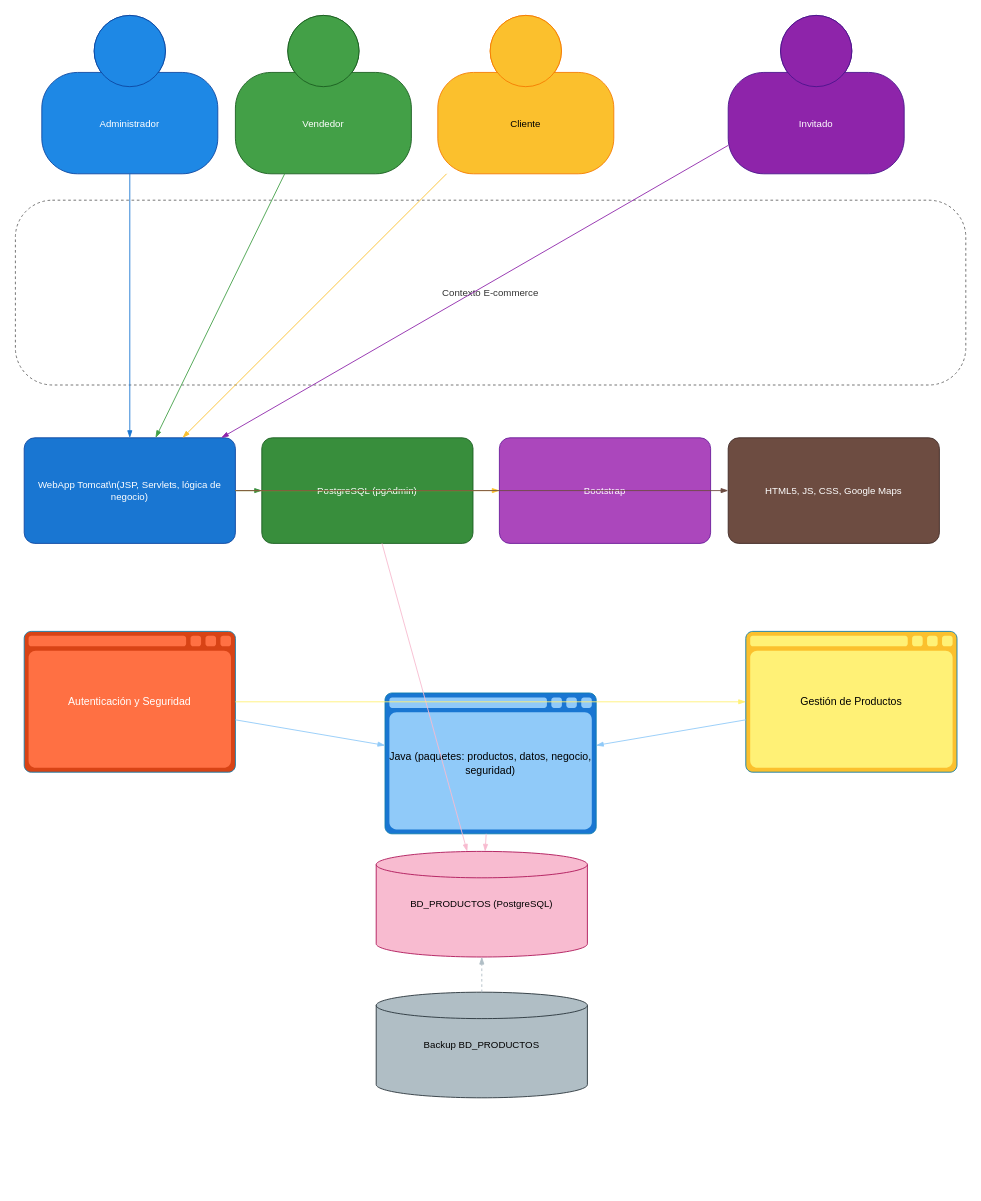
This is page "C4 Context Diagram" (1 of 2) of C4-context.drawio from Joscart/patinetas, a draw.io file, before an edit. Source tidied: cells renumbered, new cells numbered last; positions are measured from the earlier drawing's top-left corner, leaving out a move shared by most shapes. Both pictures are drawn from the tidied source at 88%, with x=0, y=0 at pixel (15, 15).
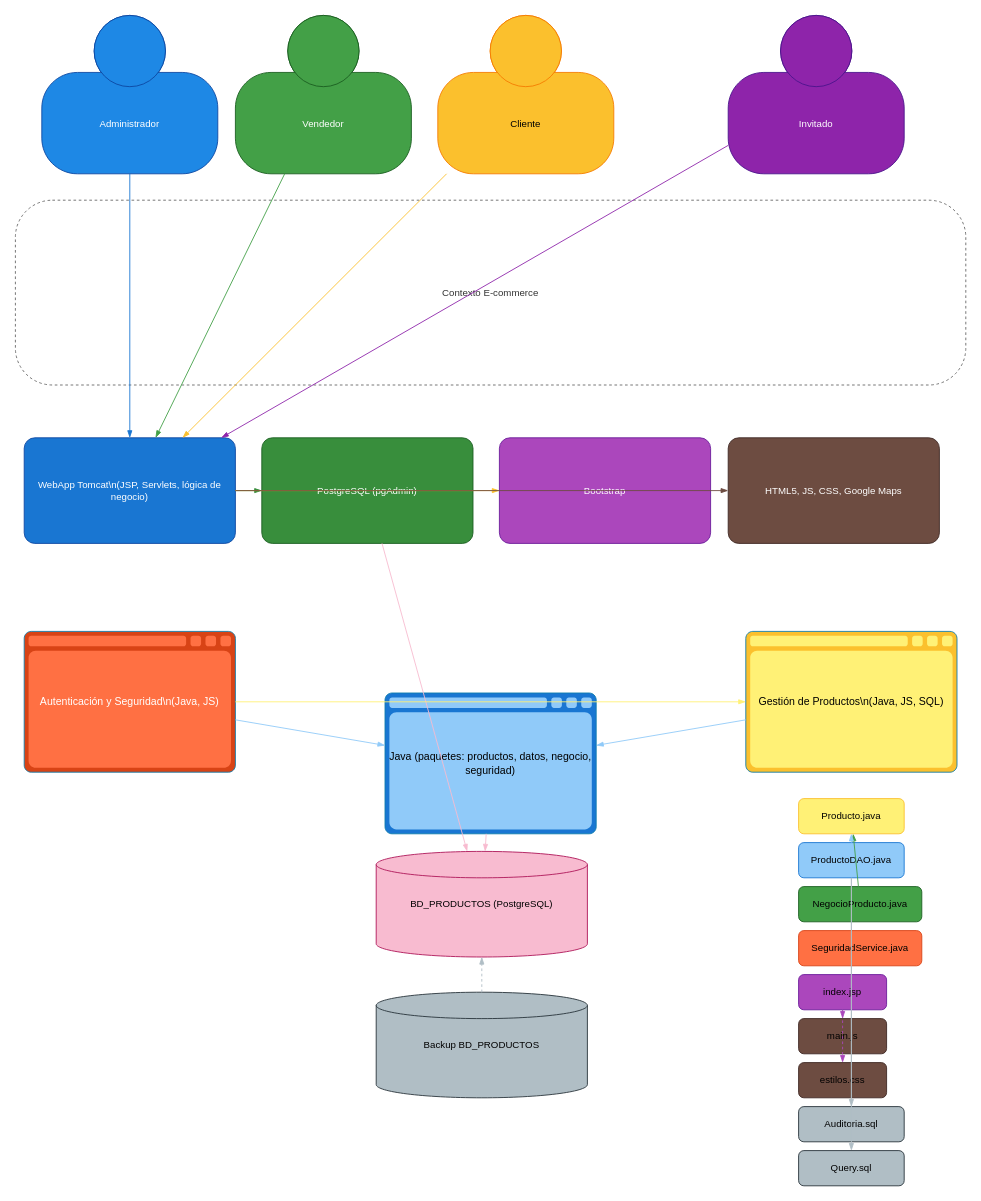
The same page after the edit.

Commit message:
Actualizar diagrama C4-context.drawio con nuevos actores, relaciones y componentes del sistema

Unchanged cells that the change refers to:
```xml
<mxCell id="13" value="Java (paquetes: productos, datos, negocio, seguridad)" style="shape=mxgraph.c4.webBrowserContainer2;whiteSpace=wrap;html=1;fillColor=#90caf9;strokeColor=#1976d2;fontColor=#000000;fontSize=12;align=center;" parent="1" vertex="1">
  <mxGeometry x="420" y="770" width="240" height="160" as="geometry" />
</mxCell>
```

Change to the diagram source:
```diff
@@
+    <mxCell id="6" value="Contexto E-commerce" style="rounded=1;fontSize=11;whiteSpace=wrap;html=1;dashed=1;arcSize=20;fillColor=none;strokeColor=#666666;fontColor=#333333;" parent="1" vertex="1">
+      <mxGeometry y="210" width="1080" height="210" as="geometry" />
+    </mxCell>
@@
-    <mxCell id="6" value="Contexto E-commerce" style="rounded=1;fontSize=11;whiteSpace=wrap;html=1;dashed=1;arcSize=20;fillColor=none;strokeColor=#666666;fontColor=#333333;" parent="1" vertex="1">
-      <mxGeometry y="210" width="1080" height="210" as="geometry" />
-    </mxCell>
@@
-    <mxCell id="11" value="Gestión de Productos" style="shape=mxgraph.c4.webBrowserContainer2;whiteSpace=wrap;html=1;fillColor=#fff176;strokeColor=#fbc02d;fontColor=#000000;fontSize=12;align=center;" parent="1" vertex="1">
-      <mxGeometry x="830" y="700" width="240" height="160" as="geometry" />
-    </mxCell>
-    <mxCell id="12" value="Autenticación y Seguridad" style="shape=mxgraph.c4.webBrowserContainer2;whiteSpace=wrap;html=1;fillColor=#ff7043;strokeColor=#d84315;fontColor=#ffffff;fontSize=12;align=center;" parent="1" vertex="1">
-      <mxGeometry x="10" y="700" width="240" height="160" as="geometry" />
-    </mxCell>
+    <mxCell id="29" value="Gestión de Productos\n(Java, JS, SQL)" style="shape=mxgraph.c4.webBrowserContainer2;whiteSpace=wrap;html=1;fillColor=#fff176;strokeColor=#fbc02d;fontColor=#000000;fontSize=12;align=center;" parent="1" vertex="1">
+      <mxGeometry x="830" y="700" width="240" height="160" as="geometry" />
+    </mxCell>
+    <mxCell id="30" value="Autenticación y Seguridad\n(Java, JS)" style="shape=mxgraph.c4.webBrowserContainer2;whiteSpace=wrap;html=1;fillColor=#ff7043;strokeColor=#d84315;fontColor=#ffffff;fontSize=12;align=center;" parent="1" vertex="1">
+      <mxGeometry x="10" y="700" width="240" height="160" as="geometry" />
+    </mxCell>
@@
+    <mxCell id="31" value="Producto.java" style="rounded=1;whiteSpace=wrap;html=1;fillColor=#fff176;strokeColor=#fbc02d;fontSize=11;" parent="1" vertex="1">
+      <mxGeometry x="890" y="890" width="120" height="40" as="geometry" />
+    </mxCell>
+    <mxCell id="32" value="ProductoDAO.java" style="rounded=1;whiteSpace=wrap;html=1;fillColor=#90caf9;strokeColor=#1976d2;fontSize=11;" parent="1" vertex="1">
+      <mxGeometry x="890" y="940" width="120" height="40" as="geometry" />
+    </mxCell>
+    <mxCell id="33" value="NegocioProducto.java" style="rounded=1;whiteSpace=wrap;html=1;fillColor=#43a047;strokeColor=#1b5e20;fontSize=11;" parent="1" vertex="1">
+      <mxGeometry x="890" y="990" width="140" height="40" as="geometry" />
+    </mxCell>
+    <mxCell id="34" value="SeguridadService.java" style="rounded=1;whiteSpace=wrap;html=1;fillColor=#ff7043;strokeColor=#d84315;fontSize=11;" parent="1" vertex="1">
+      <mxGeometry x="890" y="1040" width="140" height="40" as="geometry" />
+    </mxCell>
+    <mxCell id="35" value="index.jsp" style="rounded=1;whiteSpace=wrap;html=1;fillColor=#ab47bc;strokeColor=#6a1b9a;fontSize=11;" parent="1" vertex="1">
+      <mxGeometry x="890" y="1090" width="100" height="40" as="geometry" />
+    </mxCell>
+    <mxCell id="36" value="main.js" style="rounded=1;whiteSpace=wrap;html=1;fillColor=#6d4c41;strokeColor=#3e2723;fontSize=11;" parent="1" vertex="1">
+      <mxGeometry x="890" y="1140" width="100" height="40" as="geometry" />
+    </mxCell>
+    <mxCell id="37" value="estilos.css" style="rounded=1;whiteSpace=wrap;html=1;fillColor=#6d4c41;strokeColor=#3e2723;fontSize=11;" parent="1" vertex="1">
+      <mxGeometry x="890" y="1190" width="100" height="40" as="geometry" />
+    </mxCell>
+    <mxCell id="38" value="Auditoria.sql" style="rounded=1;whiteSpace=wrap;html=1;fillColor=#b0bec5;strokeColor=#263238;fontSize=11;" parent="1" vertex="1">
+      <mxGeometry x="890" y="1240" width="120" height="40" as="geometry" />
+    </mxCell>
+    <mxCell id="39" value="Query.sql" style="rounded=1;whiteSpace=wrap;html=1;fillColor=#b0bec5;strokeColor=#263238;fontSize=11;" parent="1" vertex="1">
+      <mxGeometry x="890" y="1290" width="120" height="40" as="geometry" />
+    </mxCell>
@@
-    <mxCell id="25" style="endArrow=blockThin;html=1;fontSize=10;fontColor=#fff176;strokeWidth=1;endFill=1;strokeColor=#fff176;" parent="1" edge="1" source="12" target="11">
+    <mxCell id="25" style="endArrow=blockThin;html=1;fontSize=10;fontColor=#fff176;strokeWidth=1;endFill=1;strokeColor=#fff176;" parent="1" edge="1" source="30" target="29">
       <mxGeometry relative="1" as="geometry" />
     </mxCell>
-    <mxCell id="26" style="endArrow=blockThin;html=1;fontSize=10;fontColor=#90caf9;strokeWidth=1;endFill=1;strokeColor=#90caf9;" parent="1" edge="1" source="11" target="13">
+    <mxCell id="26" style="endArrow=blockThin;html=1;fontSize=10;fontColor=#90caf9;strokeWidth=1;endFill=1;strokeColor=#90caf9;" parent="1" edge="1" source="29" target="13">
       <mxGeometry relative="1" as="geometry" />
     </mxCell>
-    <mxCell id="27" style="endArrow=blockThin;html=1;fontSize=10;fontColor=#90caf9;strokeWidth=1;endFill=1;strokeColor=#90caf9;" parent="1" edge="1" source="12" target="13">
+    <mxCell id="27" style="endArrow=blockThin;html=1;fontSize=10;fontColor=#90caf9;strokeWidth=1;endFill=1;strokeColor=#90caf9;" parent="1" edge="1" source="30" target="13">
       <mxGeometry relative="1" as="geometry" />
     </mxCell>
@@
+    <mxCell id="40" style="endArrow=blockThin;html=1;fontSize=10;fontColor=#43a047;strokeWidth=1;endFill=1;strokeColor=#43a047;" parent="1" edge="1" source="33" target="31">
+      <mxGeometry relative="1" as="geometry" />
+    </mxCell>
+    <mxCell id="41" style="endArrow=blockThin;html=1;fontSize=10;fontColor=#90caf9;strokeWidth=1;endFill=1;strokeColor=#90caf9;" parent="1" edge="1" source="32" target="31">
+      <mxGeometry relative="1" as="geometry" />
+    </mxCell>
+    <mxCell id="42" style="endArrow=blockThin;html=1;fontSize=10;fontColor=#b0bec5;strokeWidth=1;endFill=1;strokeColor=#b0bec5;" parent="1" edge="1" source="32" target="38">
+      <mxGeometry relative="1" as="geometry" />
+    </mxCell>
+    <mxCell id="43" style="endArrow=blockThin;html=1;fontSize=10;fontColor=#b0bec5;strokeWidth=1;endFill=1;strokeColor=#b0bec5;" parent="1" edge="1" source="32" target="39">
+      <mxGeometry relative="1" as="geometry" />
+    </mxCell>
+    <mxCell id="44" style="endArrow=blockThin;html=1;fontSize=10;fontColor=#ab47bc;strokeWidth=1;endFill=1;strokeColor=#ab47bc;dashed=1;" parent="1" edge="1" source="35" target="36">
+      <mxGeometry relative="1" as="geometry" />
+    </mxCell>
+    <mxCell id="45" style="endArrow=blockThin;html=1;fontSize=10;fontColor=#ab47bc;strokeWidth=1;endFill=1;strokeColor=#ab47bc;dashed=1;" parent="1" edge="1" source="35" target="37">
+      <mxGeometry relative="1" as="geometry" />
+    </mxCell>
```
